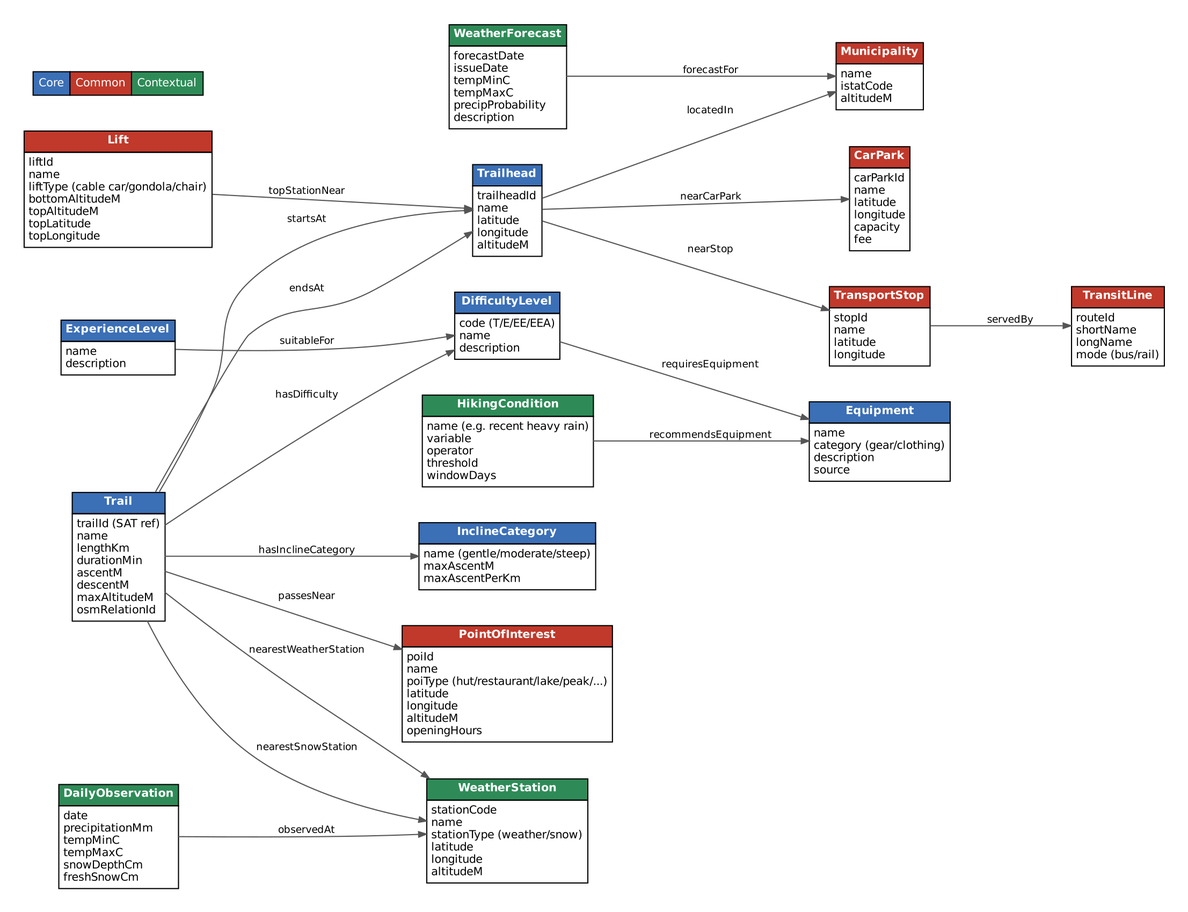
Above: Phase 1 - Purpose Definition/er_diagram.png in kristine-p/trentino-hikes-kg (Graphviz), before the change. Its source is kept beside it as Phase 1 - Purpose Definition/er_diagram.dot.
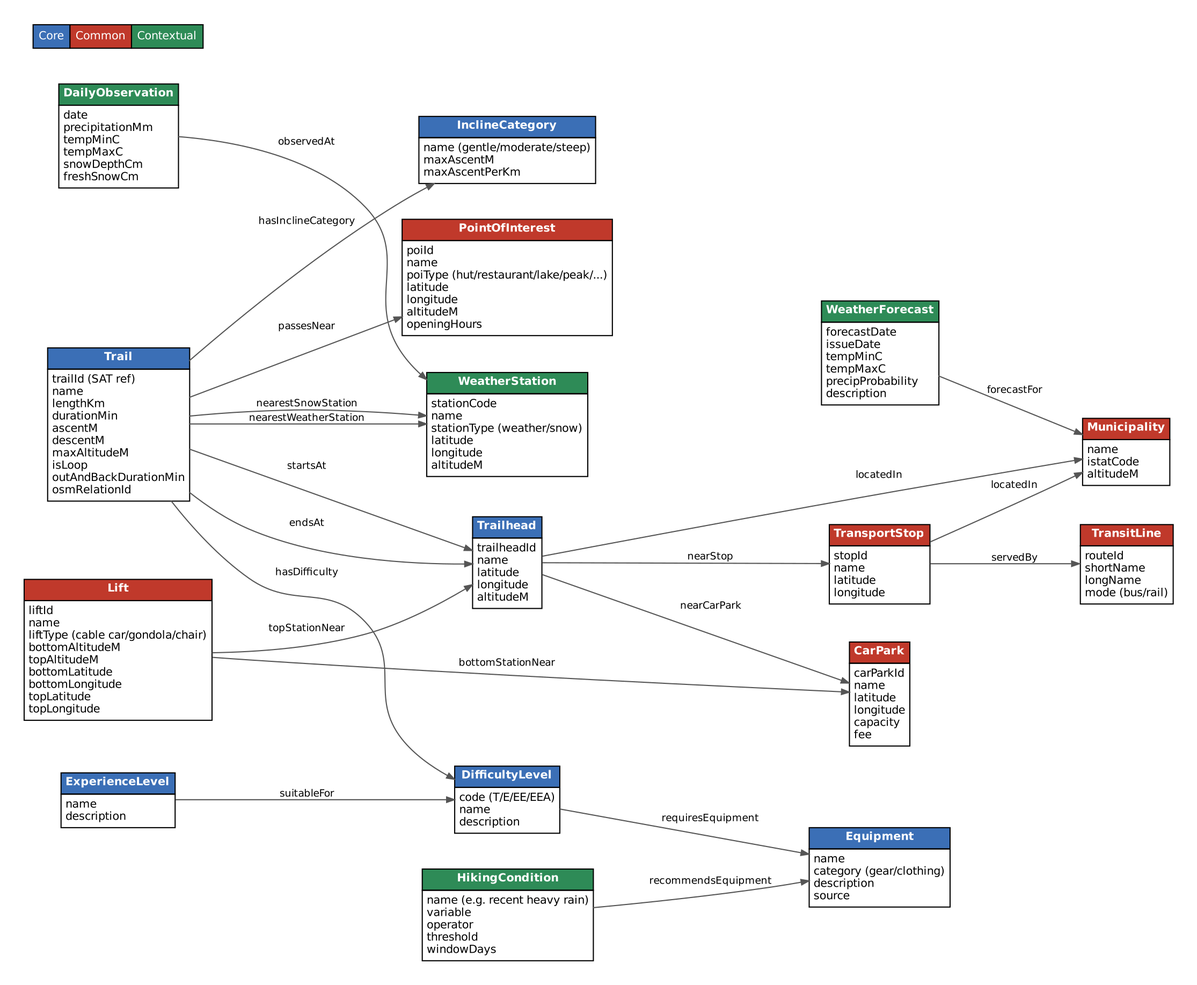
Above is the later version.

What changed in the source:
```diff
@@ -6,7 +6,7 @@
 
   Trail [label=<<table border="0" cellborder="1" cellspacing="0" cellpadding="3">
     <tr><td bgcolor="#3B6FB6"><font color="white"><b>Trail</b></font></td></tr>
-    <tr><td align="left">trailId (SAT ref)<br align="left"/>name<br align="left"/>lengthKm<br align="left"/>durationMin<br align="left"/>ascentM<br align="left"/>descentM<br align="left"/>maxAltitudeM<br align="left"/>osmRelationId<br align="left"/></td></tr></table>>];
+    <tr><td align="left">trailId (SAT ref)<br align="left"/>name<br align="left"/>lengthKm<br align="left"/>durationMin<br align="left"/>ascentM<br align="left"/>descentM<br align="left"/>maxAltitudeM<br align="left"/>isLoop<br align="left"/>outAndBackDurationMin<br align="left"/>osmRelationId<br align="left"/></td></tr></table>>];
 
   Trailhead [label=<<table border="0" cellborder="1" cellspacing="0" cellpadding="3">
     <tr><td bgcolor="#3B6FB6"><font color="white"><b>Trailhead</b></font></td></tr>
@@ -50,7 +50,7 @@
 
   Lift [label=<<table border="0" cellborder="1" cellspacing="0" cellpadding="3">
     <tr><td bgcolor="#C0392B"><font color="white"><b>Lift</b></font></td></tr>
-    <tr><td align="left">liftId<br align="left"/>name<br align="left"/>liftType (cable car/gondola/chair)<br align="left"/>bottomAltitudeM<br align="left"/>topAltitudeM<br align="left"/>topLatitude<br align="left"/>topLongitude<br align="left"/></td></tr></table>>];
+    <tr><td align="left">liftId<br align="left"/>name<br align="left"/>liftType (cable car/gondola/chair)<br align="left"/>bottomAltitudeM<br align="left"/>topAltitudeM<br align="left"/>bottomLatitude<br align="left"/>bottomLongitude<br align="left"/>topLatitude<br align="left"/>topLongitude<br align="left"/></td></tr></table>>];
 
   WeatherStation [label=<<table border="0" cellborder="1" cellspacing="0" cellpadding="3">
     <tr><td bgcolor="#2E8B57"><font color="white"><b>WeatherStation</b></font></td></tr>
@@ -81,6 +81,8 @@
   Trailhead -> TransportStop [label="nearStop"];
   TransportStop -> TransitLine [label="servedBy"];
   Lift -> Trailhead          [label="topStationNear"];
+  Lift -> CarPark            [label="bottomStationNear"];
+  TransportStop -> Municipality [label="locatedIn"];
   DailyObservation -> WeatherStation [label="observedAt"];
   WeatherForecast -> Municipality    [label="forecastFor"];
   DifficultyLevel -> Equipment [label="requiresEquipment"];
```
